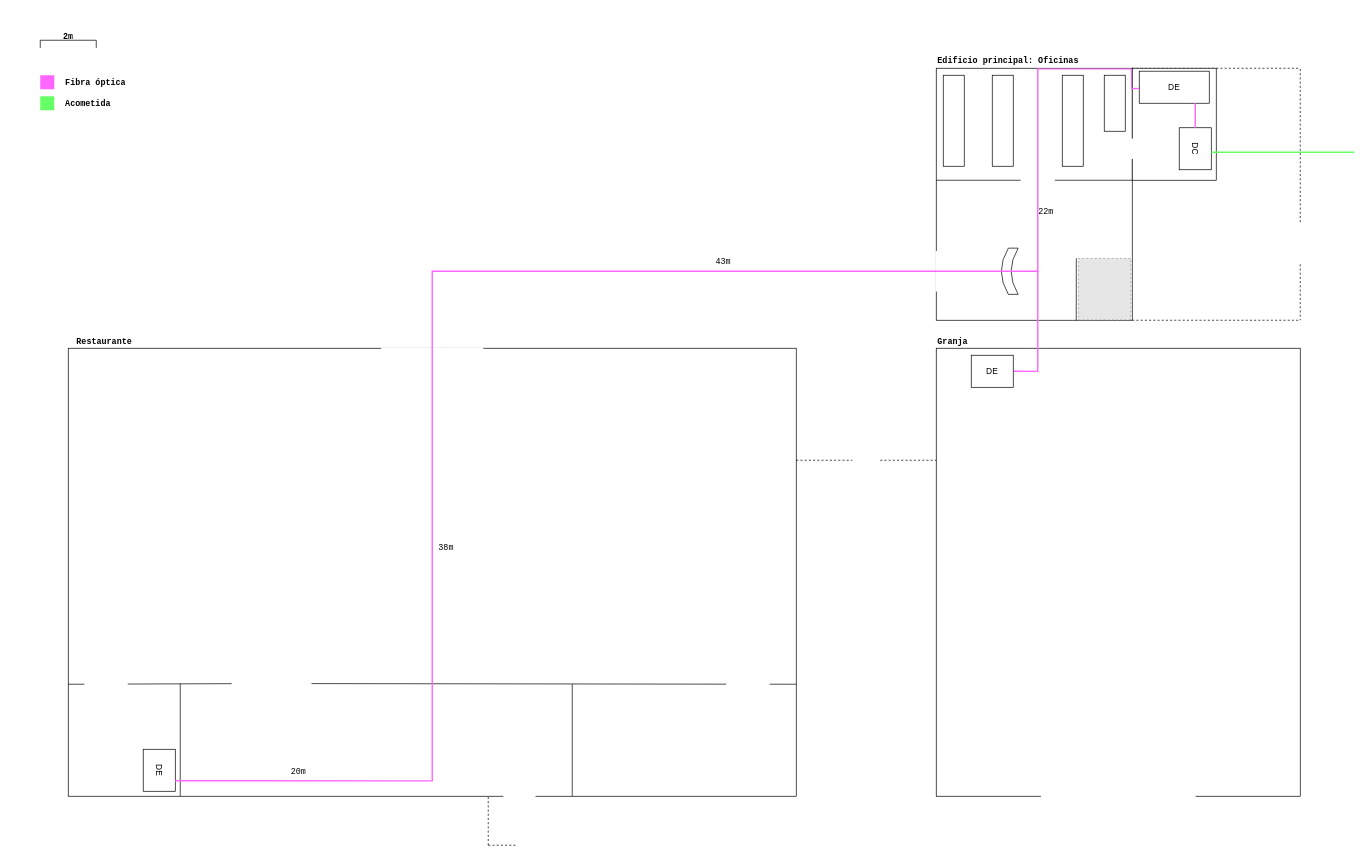
The draw.io diagram SMRL_Plano_General_Campus.drawio in cnrxad/smrl-draw.io, before the edit. Source tidied: cells renumbered, new cells numbered last; positions are measured from the earlier drawing's top-left corner, leaving out a move shared by most shapes. Both pictures are drawn from the tidied source at 70%, with x=0, y=0 at pixel (40, 25). Pictures stored in the file or linked from it are replaced by grey dashed boxes.
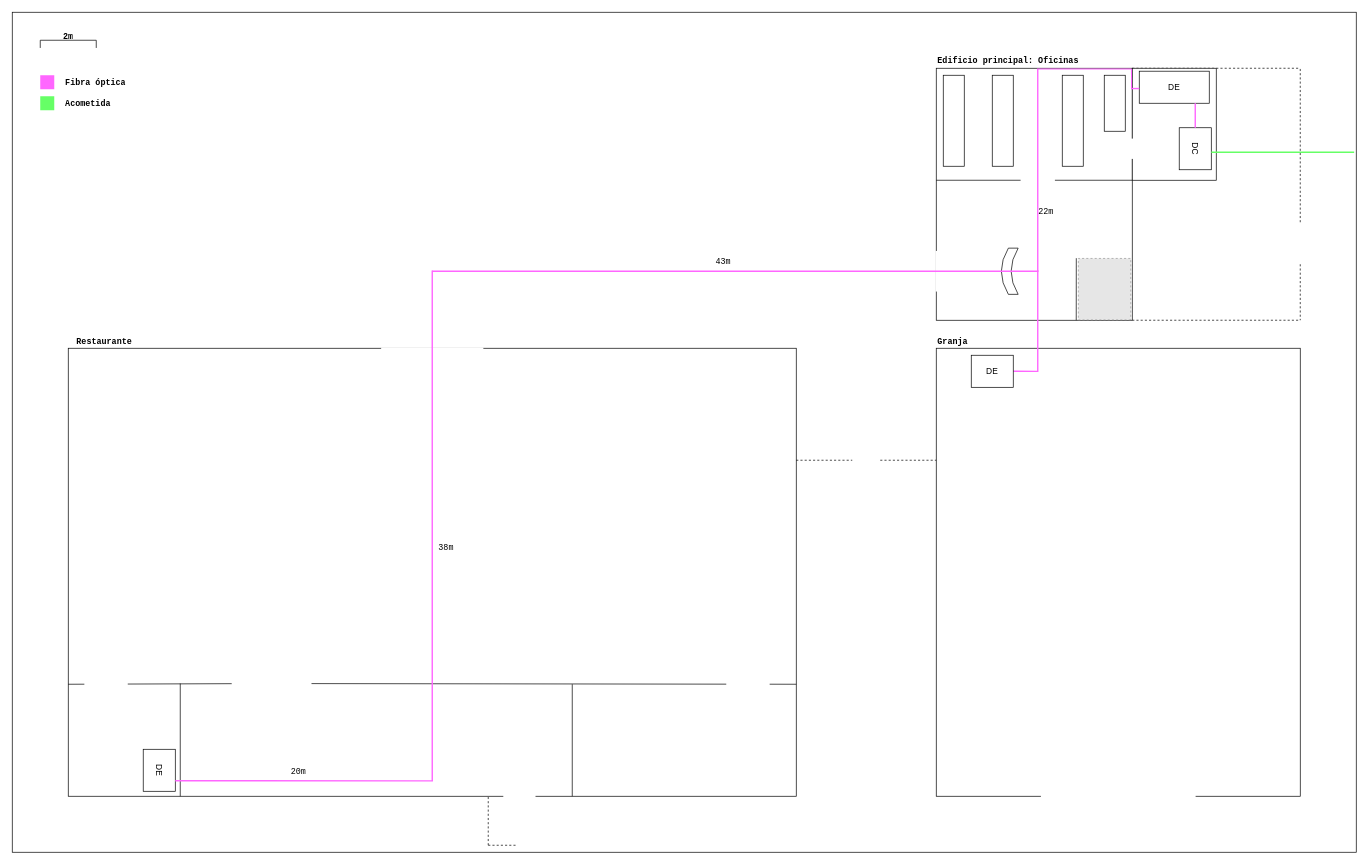
After the change.

What changed in the source:
```diff
@@
+    <mxCell id="67" style="rounded=0;whiteSpace=wrap;html=1;fillColor=none;" parent="1" vertex="1">
+      <mxGeometry x="-40" y="-19" width="1920" height="1200" as="geometry" />
+    </mxCell>
```
